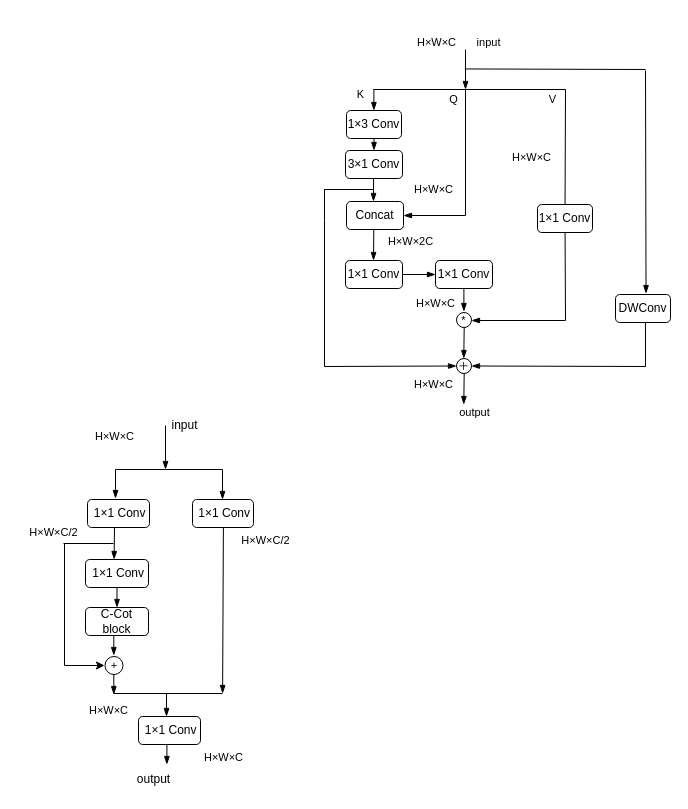
Before: c-cot_layer.drawio in recluse99/tcp_ip, a draw.io diagram. Source tidied: cells renumbered, new cells numbered last; positions are measured from the earlier drawing's top-left corner, leaving out a move shared by most shapes. Both pictures are drawn from the tidied source at 100%, with x=0, y=0 at pixel (17, 17).
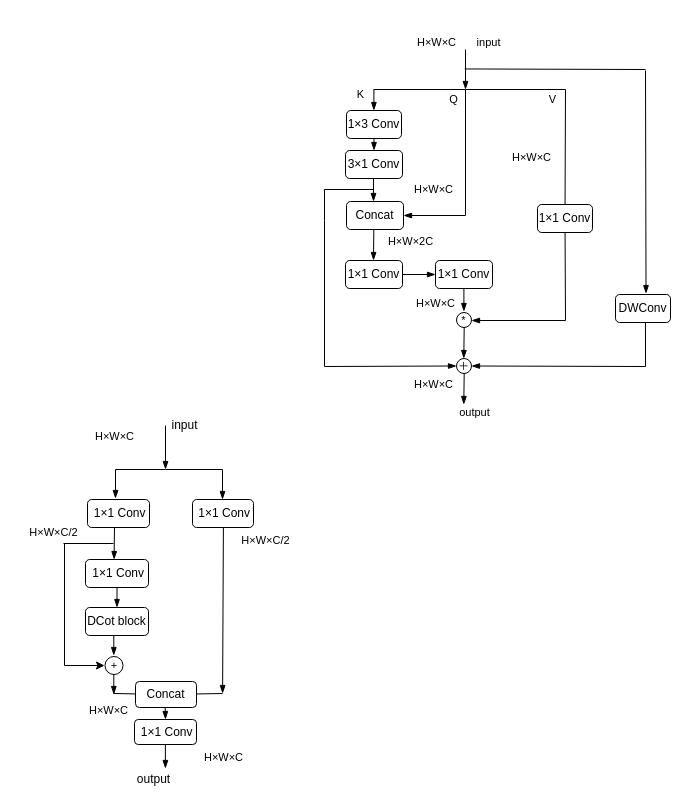
After the change.

The edit, as a diff of the source:
```diff
@@
-    <mxCell id="53" value="C-Cot block" style="rounded=1;whiteSpace=wrap;html=1;" parent="1" vertex="1">
+    <mxCell id="53" value="DCot block" style="rounded=1;whiteSpace=wrap;html=1;" parent="1" vertex="1">
       <mxGeometry x="68" y="590" width="63" height="28" as="geometry" />
     </mxCell>
@@
-    <mxCell id="61" style="endArrow=none;html=1;rounded=0;labelBackgroundColor=default;strokeColor=default;fontFamily=Helvetica;fontSize=11;fontColor=default;shape=connector;" parent="1" edge="1">
+    <mxCell id="61" style="endArrow=none;html=1;rounded=0;labelBackgroundColor=default;strokeColor=default;fontFamily=Helvetica;fontSize=11;fontColor=default;shape=connector;" parent="1" edge="1" source="76">
       <mxGeometry relative="1" as="geometry">
-        <mxPoint x="96" y="676" as="sourcePoint" />
         <mxPoint x="205" y="676" as="targetPoint" />
       </mxGeometry>
     </mxCell>
-    <mxCell id="62" style="endArrow=blockThin;html=1;rounded=0;endFill=1;strokeWidth=1;entryX=0.452;entryY=0;entryDx=0;entryDy=0;entryPerimeter=0;" parent="1" edge="1" target="63">
+    <mxCell id="62" style="endArrow=blockThin;html=1;rounded=0;endFill=1;strokeWidth=1;entryX=0.5;entryY=0;entryDx=0;entryDy=0;" parent="1" edge="1" target="63">
       <mxGeometry relative="1" as="geometry">
-        <mxPoint x="149" y="676" as="sourcePoint" />
+        <mxPoint x="147.6" y="686" as="sourcePoint" />
       </mxGeometry>
     </mxCell>
     <mxCell id="63" value="&amp;nbsp;1×1 Conv" style="rounded=1;whiteSpace=wrap;html=1;" parent="1" vertex="1">
-      <mxGeometry x="121" y="699" width="62" height="28" as="geometry" />
+      <mxGeometry x="117" y="702" width="62" height="25" as="geometry" />
     </mxCell>
-    <mxCell id="64" style="endArrow=blockThin;html=1;rounded=0;endFill=1;strokeWidth=1;entryX=0.5;entryY=0;entryDx=0;entryDy=0;exitX=0.5;exitY=1;exitDx=0;exitDy=0;" parent="1" edge="1">
+    <mxCell id="64" style="endArrow=blockThin;html=1;rounded=0;endFill=1;strokeWidth=1;entryX=0.5;entryY=0;entryDx=0;entryDy=0;exitX=0.498;exitY=1;exitDx=0;exitDy=0;exitPerimeter=0;" parent="1" edge="1" source="63">
       <mxGeometry relative="1" as="geometry">
-        <mxPoint x="149.4" y="727" as="sourcePoint" />
-        <mxPoint x="149.4" y="747" as="targetPoint" />
+        <mxPoint x="147.9" y="751" as="targetPoint" />
       </mxGeometry>
     </mxCell>
@@
+    <mxCell id="75" style="endArrow=none;html=1;rounded=0;labelBackgroundColor=default;strokeColor=default;fontFamily=Helvetica;fontSize=11;fontColor=default;shape=connector;" parent="1" edge="1" target="76">
+      <mxGeometry relative="1" as="geometry">
+        <mxPoint x="96" y="676" as="sourcePoint" />
+      </mxGeometry>
+    </mxCell>
+    <mxCell id="76" value="Concat" style="rounded=1;whiteSpace=wrap;html=1;" parent="1" vertex="1">
+      <mxGeometry x="118" y="664" width="61" height="26" as="geometry" />
+    </mxCell>
```
